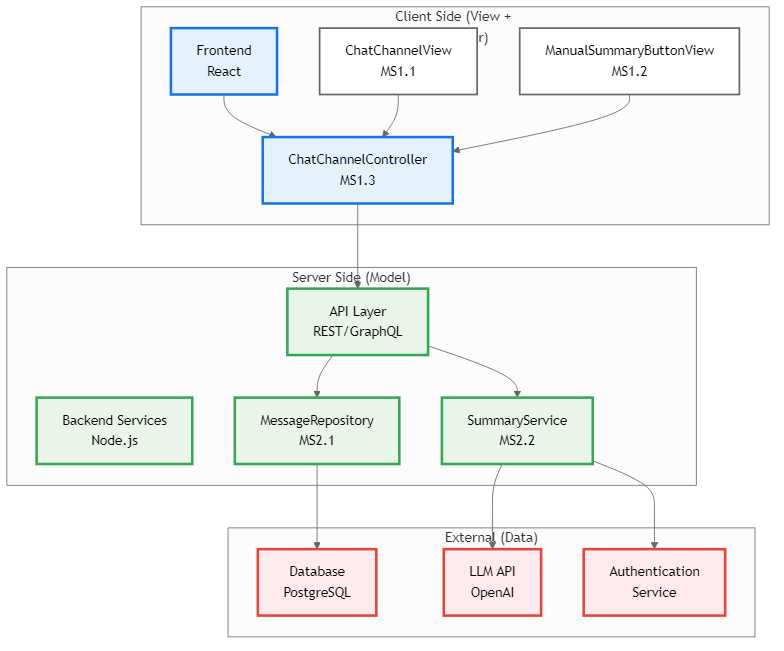
This is docs/diagrams/architecture_diagram.png from JamezM546/Web-Based-Discord-Clone, a Mermaid export, as it was before one commit. Its source is kept beside it as docs/diagrams/architecture_diagram.mmd. Its diagram source:
```mermaid
graph TB

    subgraph "Client Side (View + Controller)"
        A[Frontend<br/>React]
        B[ChatChannelView<br/>MS1.1]
        C[ManualSummaryButtonView<br/>MS1.2]
        D[ChatChannelController<br/>MS1.3]
    end

    subgraph "Server Side (Model)"
        E[Backend Services<br/>Node.js]
        F[MessageRepository<br/>MS2.1]
        G[SummaryService<br/>MS2.2]
        H[API Layer<br/>REST/GraphQL]
    end

    subgraph "External (Data)"
        I[Database<br/>PostgreSQL]
        J[LLM API<br/>OpenAI]
        K[Authentication<br/>Service]
    end

    A --> D
    B --> D
    C --> D
    D --> H
    H --> F
    H --> G
    F --> I
    G --> J
    G --> K

    classDef clientClass fill:#e3f2fd,stroke:#1a73e8,stroke-width:3px
    classDef serverClass fill:#e8f5e8,stroke:#34a853,stroke-width:3px
    classDef externalClass fill:#ffebee,stroke:#ea4335,stroke-width:3px
    classDef componentClass fill:#ffffff,stroke:#666666,stroke-width:2px

    class A,D clientClass
    class E,F,G,H serverClass
    class I,J,K externalClass
    class B,C componentClass
```
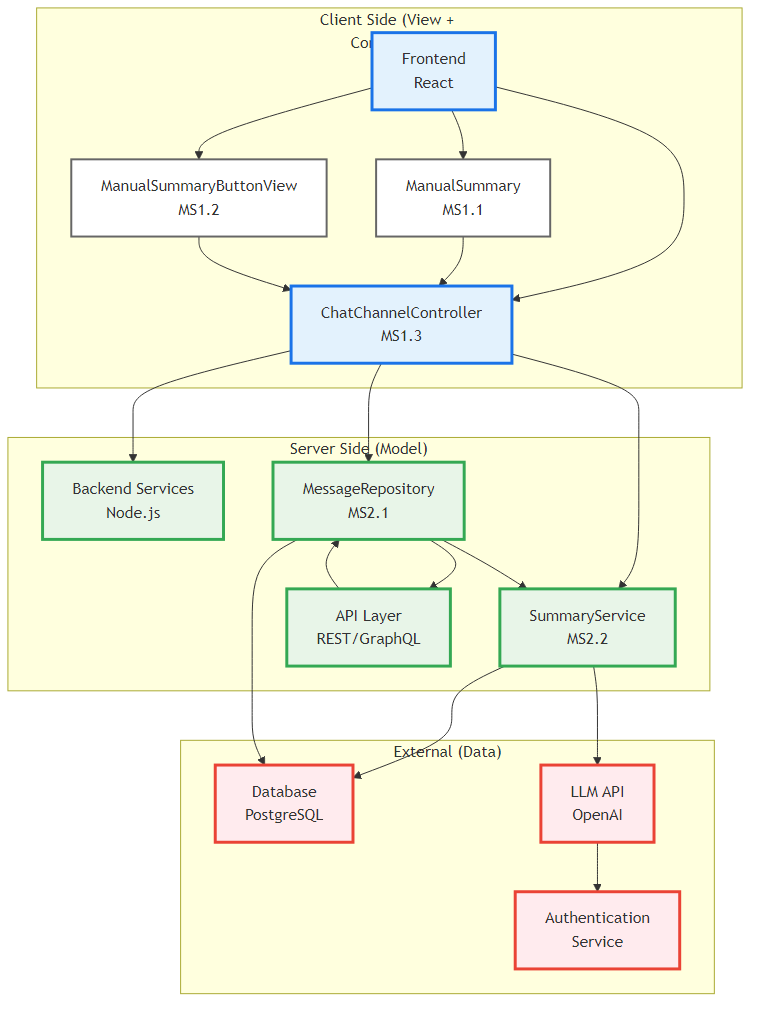
Later version of the same file.

The edit, as a diff of the source:
```diff
@@ -2,7 +2,7 @@
 
     subgraph "Client Side (View + Controller)"
         A[Frontend<br/>React]
-        B[ChatChannelView<br/>MS1.1]
+        B[ManualSummary<br/>MS1.1]
         C[ManualSummaryButtonView<br/>MS1.2]
         D[ChatChannelController<br/>MS1.3]
     end
@@ -20,22 +20,27 @@
         K[Authentication<br/>Service]
     end
 
+    A --> B
+    A --> C
     A --> D
     B --> D
     C --> D
-    D --> H
+    D --> E
+    D --> F
+    D --> G
+    F --> H
     H --> F
-    H --> G
+    F --> G
+    G --> I
     F --> I
     G --> J
-    G --> K
+    J --> K
 
     classDef clientClass fill:#e3f2fd,stroke:#1a73e8,stroke-width:3px
     classDef serverClass fill:#e8f5e8,stroke:#34a853,stroke-width:3px
     classDef externalClass fill:#ffebee,stroke:#ea4335,stroke-width:3px
     classDef componentClass fill:#ffffff,stroke:#666666,stroke-width:2px
-
-    class A,D clientClass
+    class A,B,C,D clientClass
     class E,F,G,H serverClass
     class I,J,K externalClass
     class B,C componentClass
```
